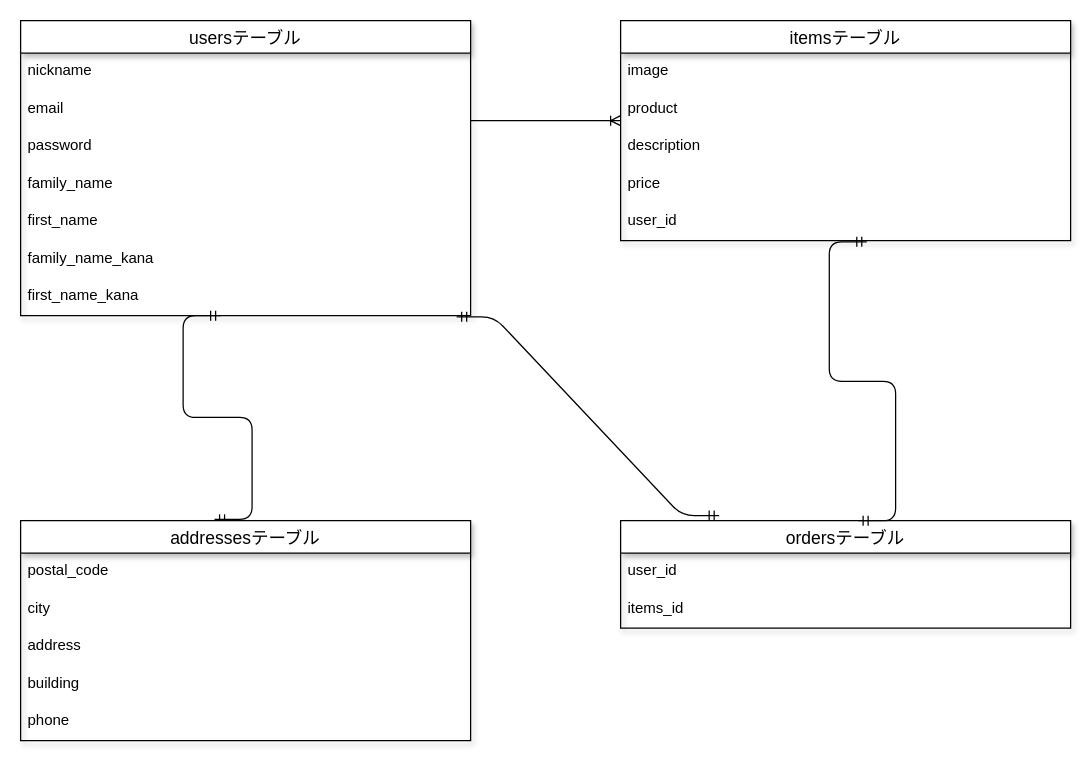
Earlier version of the draw.io diagram data.dio (cray650/furima-30504). Source tidied: cells renumbered, new cells numbered last; positions are measured from the earlier drawing's top-left corner, leaving out a move shared by most shapes. Both pictures are drawn from the tidied source at 125%, with x=0, y=0 at pixel (20, 20).
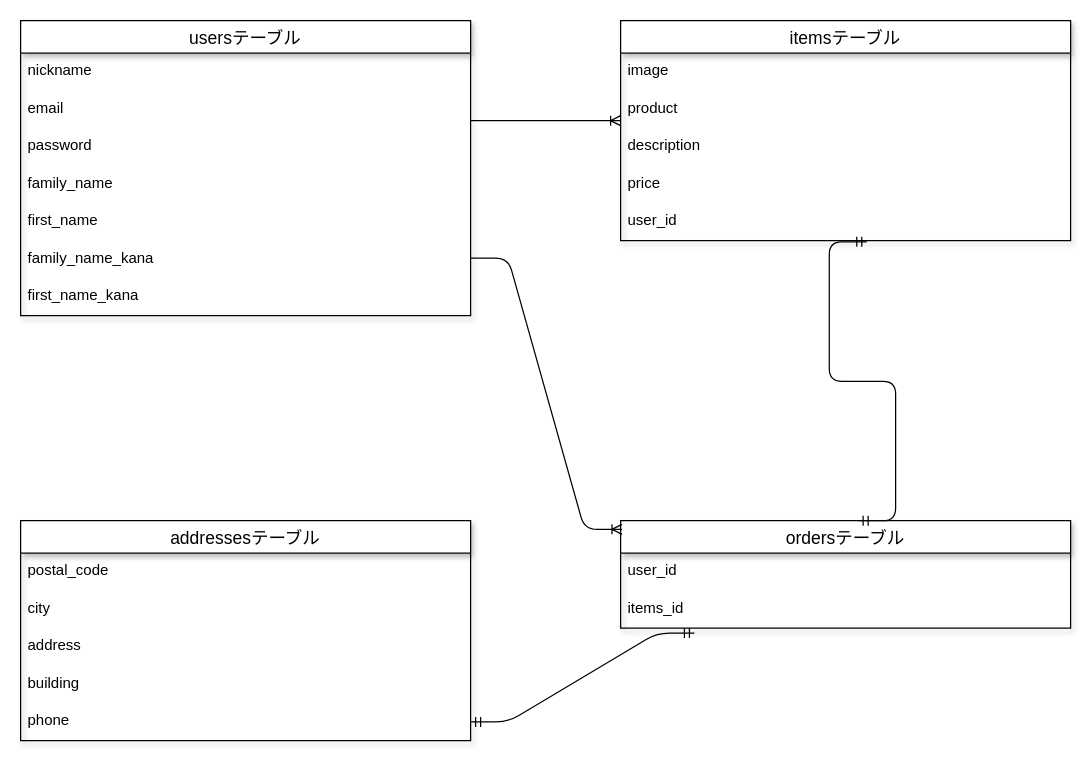
The same page after the edit.

Commit message (it also covers changes not shown here):
テーブル設計_修正_2

The change refers to these unchanged cells:
```xml
<mxCell id="15" value="first_name_kana" style="text;strokeColor=none;fillColor=none;spacingLeft=4;spacingRight=4;overflow=hidden;points=[[0,0.5],[1,0.5]];portConstraint=eastwest;fontSize=12;" parent="8" vertex="1">
  <mxGeometry y="206" width="360" height="30" as="geometry" />
</mxCell>
<mxCell id="18" value="addressesテーブル" style="swimlane;fontStyle=0;horizontal=1;startSize=26;align=center;fontSize=14;shadow=1;labelPosition=center;verticalLabelPosition=middle;verticalAlign=middle;" parent="1" vertex="1">
  <mxGeometry y="400" width="360" height="176" as="geometry" />
</mxCell>
<mxCell id="23" value="phone" style="text;strokeColor=none;fillColor=none;spacingLeft=4;spacingRight=4;overflow=hidden;points=[[0,0.5],[1,0.5]];portConstraint=eastwest;fontSize=12;" parent="18" vertex="1">
  <mxGeometry y="146" width="360" height="30" as="geometry" />
</mxCell>
<mxCell id="24" value="ordersテーブル" style="swimlane;fontStyle=0;horizontal=1;startSize=26;align=center;fontSize=14;shadow=1;labelPosition=center;verticalLabelPosition=middle;verticalAlign=middle;" parent="1" vertex="1">
  <mxGeometry x="480" y="400" width="360" height="86" as="geometry" />
</mxCell>
<mxCell id="26" value="items_id" style="text;strokeColor=none;fillColor=none;spacingLeft=4;spacingRight=4;overflow=hidden;points=[[0,0.5],[1,0.5]];portConstraint=eastwest;fontSize=12;" parent="24" vertex="1">
  <mxGeometry y="56" width="360" height="30" as="geometry" />
</mxCell>
```

Diff of the diagram source:
```diff
@@
-    <mxCell id="17" style="edgeStyle=entityRelationEdgeStyle;fontSize=12;html=1;endArrow=ERmandOne;startArrow=ERmandOne;entryX=0.547;entryY=1.033;entryDx=0;entryDy=0;entryPerimeter=0;exitX=0.431;exitY=-0.006;exitDx=0;exitDy=0;exitPerimeter=0;" parent="1" edge="1" source="18">
-      <mxGeometry relative="1" as="geometry">
-        <mxPoint x="160" y="236" as="targetPoint" />
-      </mxGeometry>
-    </mxCell>
@@
-    <mxCell id="28" style="edgeStyle=entityRelationEdgeStyle;fontSize=12;html=1;endArrow=ERmandOne;startArrow=ERmandOne;exitX=0.219;exitY=-0.047;exitDx=0;exitDy=0;exitPerimeter=0;entryX=0.969;entryY=1.033;entryDx=0;entryDy=0;entryPerimeter=0;" parent="1" edge="1" source="24" target="15">
+    <mxCell id="28" style="edgeStyle=entityRelationEdgeStyle;fontSize=12;html=1;endArrow=ERmandOne;startArrow=ERmandOne;entryX=1;entryY=0.5;entryDx=0;entryDy=0;exitX=0.164;exitY=1.133;exitDx=0;exitDy=0;exitPerimeter=0;" parent="1" edge="1" source="26" target="23">
       <mxGeometry relative="1" as="geometry" />
     </mxCell>
+    <mxCell id="29" style="edgeStyle=entityRelationEdgeStyle;fontSize=12;html=1;endArrow=ERoneToMany;entryX=0.003;entryY=0.081;entryDx=0;entryDy=0;entryPerimeter=0;" parent="1" edge="1" target="24">
+      <mxGeometry relative="1" as="geometry">
+        <mxPoint x="360" y="190" as="sourcePoint" />
+      </mxGeometry>
+    </mxCell>
```
